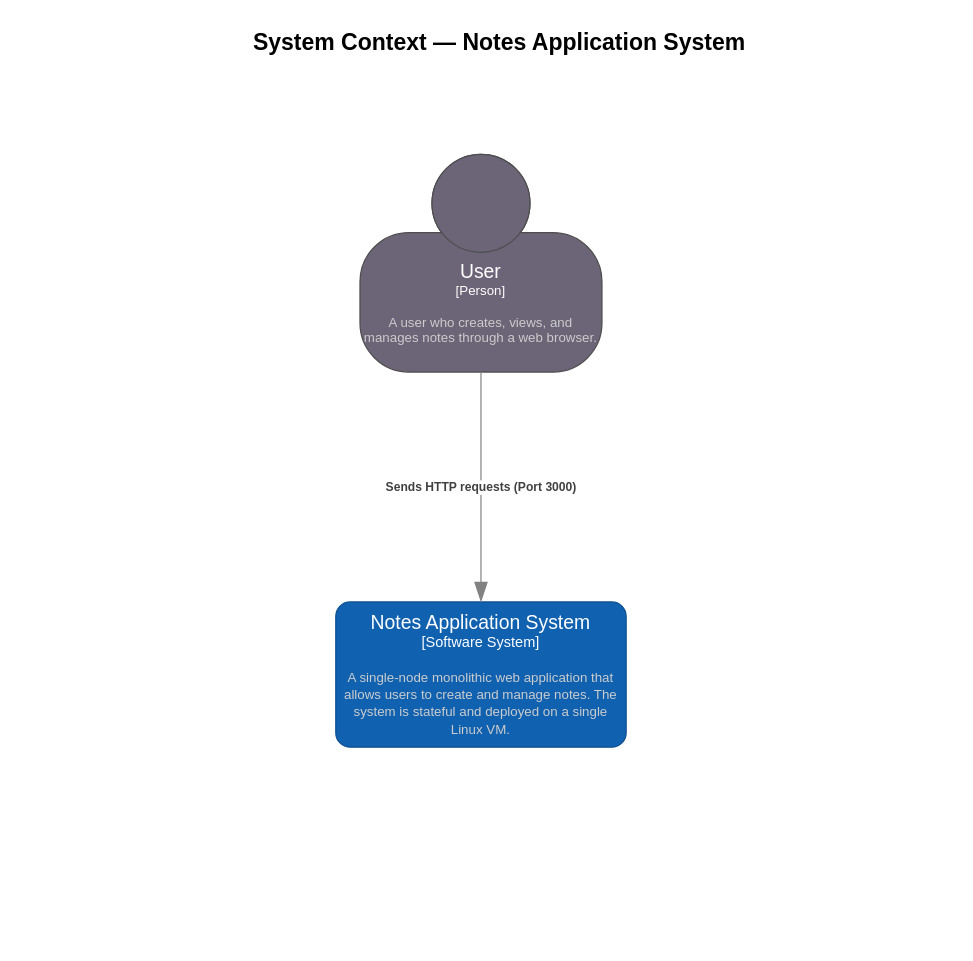
The draw.io diagram Architecture/context-diagram.drawio in mosesekerin/cloud-system-evolution, before the edit. Source tidied: cells renumbered, new cells numbered last; positions are measured from the earlier drawing's top-left corner, leaving out a move shared by most shapes. Both pictures are drawn from the tidied source at 121%, with x=0, y=0 at pixel (250, 21).
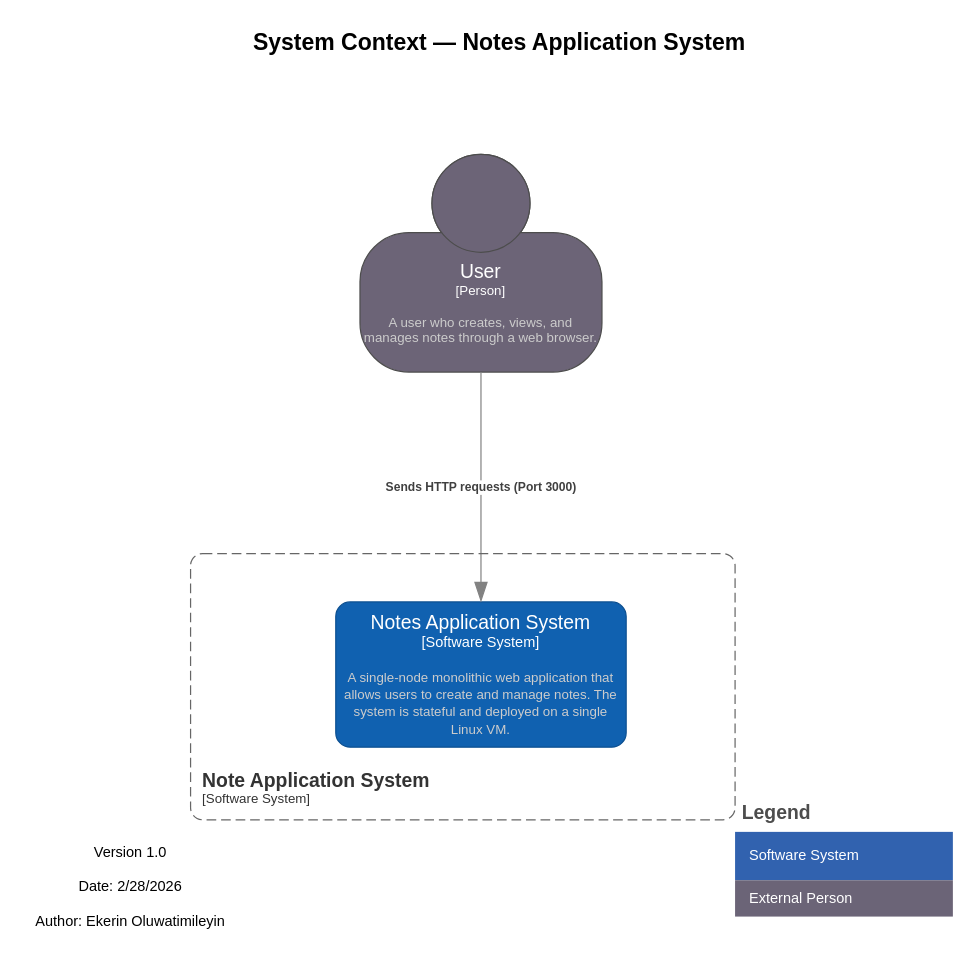
Above is the later version.

Commit message (it also covers changes not shown here):
updated architectural design

What changed in the source:
```diff
@@
 <mxGraphModel background="#ffffff">
   <root>
     <mxCell id="0" />
     <mxCell id="1" parent="0" />
     <object id="2" label="&lt;font style=&quot;font-size: 16px&quot;&gt;User&lt;b&gt;%c4Name%&lt;/b&gt;&lt;/font&gt;&lt;div&gt;[%c4Type%]&lt;/div&gt;&lt;br&gt;&lt;div&gt;&lt;font style=&quot;font-size: 11px&quot;&gt;&lt;font color=&quot;#cccccc&quot;&gt;%c4Description%&lt;/font&gt;&lt;/div&gt;" c4Description="A user who creates, views, and manages notes through a web browser." c4Name="" c4Type="Person" placeholders="1">
       <mxCell style="html=1;fontSize=11;dashed=0;whiteSpace=wrap;fillColor=#6C6477;strokeColor=#4D4D4D;fontColor=#ffffff;shape=mxgraph.c4.person2;align=center;points=[[0.5,0,0],[1,0.5,0],[1,0.75,0],[0.75,1,0],[0.5,1,0],[0.25,1,0],[0,0.75,0],[0,0.5,0]];" parent="1" vertex="1">
         <mxGeometry x="90" y="110" width="200" height="180" as="geometry" />
       </mxCell>
     </object>
     <object id="3" label="&lt;font style=&quot;font-size: 16px&quot;&gt;Notes Application System&lt;b&gt;%c4Name%&lt;/b&gt;&lt;/font&gt;&lt;div&gt;[%c4Type%]&lt;/div&gt;&lt;br&gt;&lt;div&gt;&lt;font style=&quot;font-size: 11px&quot;&gt;&lt;font color=&quot;#cccccc&quot;&gt;%c4Description%&lt;/font&gt;&lt;/div&gt;" c4Description="A single-node monolithic web application that allows users to create and manage notes. The system is stateful and deployed on a single Linux VM." c4Name="" c4Type="Software System" placeholders="1">
       <mxCell style="rounded=1;whiteSpace=wrap;html=1;labelBackgroundColor=none;fillColor=#1061B0;fontColor=#ffffff;align=center;arcSize=10;strokeColor=#0D5091;points=[[0.25,0,0],[0.5,0,0],[0.75,0,0],[1,0.25,0],[1,0.5,0],[1,0.75,0],[0.75,1,0],[0.5,1,0],[0.25,1,0],[0,0.75,0],[0,0.5,0],[0,0.25,0]];" parent="1" vertex="1">
         <mxGeometry x="70" y="480" width="240" height="120" as="geometry" />
       </mxCell>
     </object>
     <object id="4" label="&lt;div style=&quot;text-align: left&quot;&gt;&lt;div style=&quot;text-align: center&quot;&gt;&lt;b&gt;%c4Description%&lt;/b&gt;&lt;/div&gt;" c4Description="Sends HTTP requests (Port 3000)" placeholders="1">
       <mxCell style="endArrow=blockThin;html=1;fontSize=10;fontColor=#404040;strokeWidth=1;endFill=1;strokeColor=#828282;elbow=vertical;endSize=14;startSize=14;jumpStyle=arc;jumpSize=16;rounded=0;edgeStyle=orthogonalEdgeStyle;entryX=0.5;entryY=0;entryDx=0;entryDy=0;entryPerimeter=0;exitX=0.5;exitY=1;exitDx=0;exitDy=0;exitPerimeter=0;" parent="1" edge="1" source="2" target="3">
         <mxGeometry relative="1" as="geometry" />
       </mxCell>
     </object>
     <object id="5" label="&lt;font&gt;&lt;span&gt;&lt;div style=&quot;text-align: left&quot;&gt;%c4Name%&lt;/div&gt;&lt;/span&gt;&lt;/font&gt;&lt;div style=&quot;text-align: left&quot;&gt;%c4Description%&lt;/div&gt;" c4Description="" c4Name="System Context — Notes Application System" placeholders="1">
       <mxCell style="text;html=1;strokeColor=none;fillColor=none;align=left;verticalAlign=top;whiteSpace=wrap;rounded=0;fontStyle=1;fontSize=19;labelBackgroundColor=default;" parent="1" vertex="1">
         <mxGeometry width="420" height="40" as="geometry" />
       </mxCell>
     </object>
+    <mxCell id="6" value="Legend" style="shape=table;startSize=30;childLayout=tableLayout;fontSize=16;align=left;verticalAlign=top;fillColor=none;strokeColor=none;fontColor=#4D4D4D;fontStyle=1;spacingLeft=6;spacing=0;" parent="1" vertex="1">
+      <mxGeometry x="400" y="640" width="180" height="100" as="geometry" />
+    </mxCell>
+    <mxCell id="7" style="shape=tableRow;horizontal=0;startSize=0;swimlaneHead=0;swimlaneBody=0;strokeColor=inherit;top=0;left=0;bottom=0;right=0;fillColor=none;fontSize=12;" parent="6" vertex="1">
+      <mxGeometry y="30" width="180" height="40" as="geometry" />
+    </mxCell>
+    <mxCell id="8" value="Software System" style="shape=partialRectangle;html=1;whiteSpace=wrap;strokeColor=inherit;overflow=hidden;fillColor=#3162AF;top=0;left=0;bottom=0;right=0;fontSize=12;align=left;fontColor=#FFFFFF;gradientColor=none;spacingLeft=10;spacingRight=4;" parent="7" vertex="1">
+      <mxGeometry width="180" height="40" as="geometry" />
+    </mxCell>
+    <mxCell id="9" style="shape=tableRow;horizontal=0;startSize=0;swimlaneHead=0;swimlaneBody=0;strokeColor=inherit;top=0;left=0;bottom=0;right=0;fillColor=none;fontSize=12;" parent="6" vertex="1">
+      <mxGeometry y="70" width="180" height="30" as="geometry" />
+    </mxCell>
+    <mxCell id="10" value="External Person" style="shape=partialRectangle;html=1;whiteSpace=wrap;strokeColor=inherit;overflow=hidden;fillColor=#6b6477;top=0;left=0;bottom=0;right=0;fontSize=12;align=left;fontColor=#FFFFFF;gradientColor=none;spacingLeft=10;spacingRight=4;" parent="9" vertex="1">
+      <mxGeometry width="180" height="30" as="geometry" />
+    </mxCell>
+    <object id="11" label="&lt;font style=&quot;font-size: 16px&quot;&gt;&lt;b&gt;&lt;div style=&quot;text-align: left&quot;&gt;%c4Name%&lt;/div&gt;&lt;/b&gt;&lt;/font&gt;&lt;div style=&quot;text-align: left&quot;&gt;[%c4Application%]&lt;/div&gt;" c4Application="Software System" c4Name="Note Application System" placeholders="1">
+      <mxCell style="rounded=1;fontSize=11;whiteSpace=wrap;html=1;dashed=1;arcSize=20;fillColor=none;strokeColor=#666666;fontColor=#333333;labelBackgroundColor=none;align=left;verticalAlign=bottom;labelBorderColor=none;spacingTop=0;spacing=10;dashPattern=8 4;perimeter=rectanglePerimeter;noLabel=0;labelPadding=0;absoluteArcSize=1;" parent="1" vertex="1">
+        <mxGeometry x="-50" y="440" width="450" height="220" as="geometry" />
+      </mxCell>
+    </object>
+    <mxCell id="12" value="Version 1.0&lt;br&gt;&lt;br&gt;Date: 2/28/2026&lt;br&gt;&lt;br&gt;Author: Ekerin Oluwatimileyin" style="text;html=1;align=center;verticalAlign=middle;strokeColor=none;fillColor=none;" parent="1" vertex="1">
+      <mxGeometry x="-190" y="670" width="180" height="90" as="geometry" />
+    </mxCell>
   </root>
 </mxGraphModel>
```
